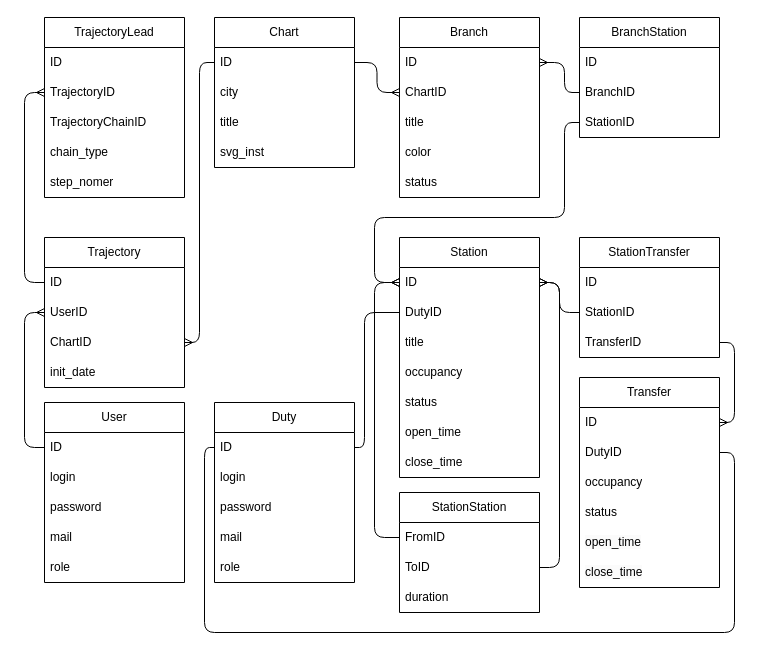
The draw.io diagram charts/Entities.drawio in Mihyich/PPO, before the edit. Source tidied: cells renumbered, new cells numbered last; positions are measured from the earlier drawing's top-left corner, leaving out a move shared by most shapes. Both pictures are drawn from the tidied source at 100%, with x=0, y=0 at pixel (24, 17).
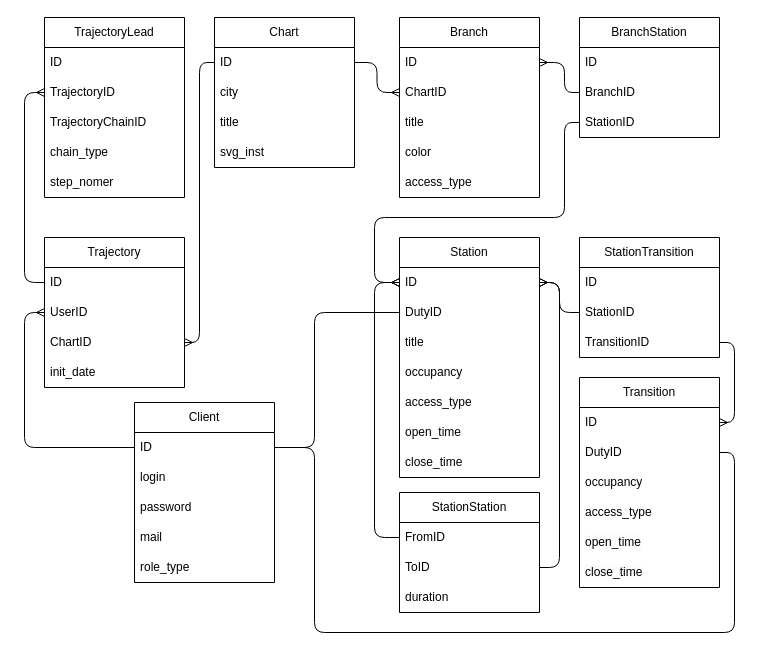
The same page after the edit.

Commit message (it also covers changes not shown here):
Переименование в диаграммах

Unchanged cells that the change refers to:
```xml
<mxCell id="3" value="ID" style="text;strokeColor=none;fillColor=none;align=left;verticalAlign=middle;spacingLeft=4;spacingRight=4;overflow=hidden;points=[[0,0.5],[1,0.5]];portConstraint=eastwest;whiteSpace=wrap;html=1;" parent="2" vertex="1">
  <mxGeometry y="30" width="140" height="30" as="geometry" />
</mxCell>
<mxCell id="19" value="Branch" style="swimlane;fontStyle=0;horizontal=1;startSize=30;whiteSpace=wrap;html=1;" parent="1" vertex="1">
  <mxGeometry x="375" width="140" height="180" as="geometry" />
</mxCell>
<mxCell id="26" value="Station" style="swimlane;fontStyle=0;horizontal=1;startSize=30;whiteSpace=wrap;html=1;" parent="1" vertex="1">
  <mxGeometry x="375" y="220" width="140" height="240" as="geometry" />
</mxCell>
<mxCell id="28" value="DutyID" style="text;strokeColor=none;fillColor=none;align=left;verticalAlign=middle;spacingLeft=4;spacingRight=4;overflow=hidden;points=[[0,0.5],[1,0.5]];portConstraint=eastwest;whiteSpace=wrap;html=1;" parent="26" vertex="1">
  <mxGeometry y="60" width="140" height="30" as="geometry" />
</mxCell>
<mxCell id="36" value="DutyID" style="text;strokeColor=none;fillColor=none;align=left;verticalAlign=middle;spacingLeft=4;spacingRight=4;overflow=hidden;points=[[0,0.5],[1,0.5]];portConstraint=eastwest;whiteSpace=wrap;html=1;" parent="34" vertex="1">
  <mxGeometry y="60" width="140" height="30" as="geometry" />
</mxCell>
```

Diff of the diagram source:
```diff
@@
-    <mxCell id="2" value="User" style="swimlane;fontStyle=0;horizontal=1;startSize=30;whiteSpace=wrap;html=1;" parent="1" vertex="1">
-      <mxGeometry x="20" y="385" width="140" height="180" as="geometry" />
+    <mxCell id="2" value="Client" style="swimlane;fontStyle=0;horizontal=1;startSize=30;whiteSpace=wrap;html=1;" parent="1" vertex="1">
+      <mxGeometry x="110" y="385" width="140" height="180" as="geometry" />
     </mxCell>
@@
-    <mxCell id="7" value="role" style="text;strokeColor=none;fillColor=none;align=left;verticalAlign=middle;spacingLeft=4;spacingRight=4;overflow=hidden;whiteSpace=wrap;html=1;" parent="2" vertex="1">
+    <mxCell id="7" value="role_type" style="text;strokeColor=none;fillColor=none;align=left;verticalAlign=middle;spacingLeft=4;spacingRight=4;overflow=hidden;whiteSpace=wrap;html=1;" parent="2" vertex="1">
       <mxGeometry y="150" width="140" height="30" as="geometry" />
     </mxCell>
@@
-    <mxCell id="24" value="status" style="text;strokeColor=none;fillColor=none;align=left;verticalAlign=middle;spacingLeft=4;spacingRight=4;overflow=hidden;whiteSpace=wrap;html=1;" parent="19" vertex="1">
+    <mxCell id="24" value="access_type" style="text;strokeColor=none;fillColor=none;align=left;verticalAlign=middle;spacingLeft=4;spacingRight=4;overflow=hidden;whiteSpace=wrap;html=1;" parent="19" vertex="1">
       <mxGeometry y="150" width="140" height="30" as="geometry" />
     </mxCell>
@@
-    <mxCell id="31" value="status" style="text;strokeColor=none;fillColor=none;align=left;verticalAlign=middle;spacingLeft=4;spacingRight=4;overflow=hidden;whiteSpace=wrap;html=1;" parent="26" vertex="1">
+    <mxCell id="31" value="&lt;span style=&quot;color: rgb(0, 0, 0);&quot;&gt;access_type&lt;/span&gt;" style="text;strokeColor=none;fillColor=none;align=left;verticalAlign=middle;spacingLeft=4;spacingRight=4;overflow=hidden;whiteSpace=wrap;html=1;" parent="26" vertex="1">
       <mxGeometry y="150" width="140" height="30" as="geometry" />
     </mxCell>
@@
-    <mxCell id="34" value="Transfer" style="swimlane;fontStyle=0;horizontal=1;startSize=30;whiteSpace=wrap;html=1;" parent="1" vertex="1">
+    <mxCell id="34" value="Transition" style="swimlane;fontStyle=0;horizontal=1;startSize=30;whiteSpace=wrap;html=1;" parent="1" vertex="1">
       <mxGeometry x="555" y="360" width="140" height="210" as="geometry" />
     </mxCell>
@@
-    <mxCell id="38" value="status" style="text;strokeColor=none;fillColor=none;align=left;verticalAlign=middle;spacingLeft=4;spacingRight=4;overflow=hidden;whiteSpace=wrap;html=1;" parent="34" vertex="1">
+    <mxCell id="38" value="&lt;span style=&quot;color: rgb(0, 0, 0);&quot;&gt;access_type&lt;/span&gt;" style="text;strokeColor=none;fillColor=none;align=left;verticalAlign=middle;spacingLeft=4;spacingRight=4;overflow=hidden;whiteSpace=wrap;html=1;" parent="34" vertex="1">
       <mxGeometry y="120" width="140" height="30" as="geometry" />
     </mxCell>
@@
-    <mxCell id="47" value="StationTransfer" style="swimlane;fontStyle=0;horizontal=1;startSize=30;whiteSpace=wrap;html=1;" parent="1" vertex="1">
+    <mxCell id="47" value="StationTransition" style="swimlane;fontStyle=0;horizontal=1;startSize=30;whiteSpace=wrap;html=1;" parent="1" vertex="1">
       <mxGeometry x="555" y="220" width="140" height="120" as="geometry" />
     </mxCell>
@@
-    <mxCell id="50" value="TransferID" style="text;strokeColor=none;fillColor=none;align=left;verticalAlign=middle;spacingLeft=4;spacingRight=4;overflow=hidden;points=[[0,0.5],[1,0.5]];portConstraint=eastwest;whiteSpace=wrap;html=1;" parent="47" vertex="1">
+    <mxCell id="50" value="TransitionID" style="text;strokeColor=none;fillColor=none;align=left;verticalAlign=middle;spacingLeft=4;spacingRight=4;overflow=hidden;points=[[0,0.5],[1,0.5]];portConstraint=eastwest;whiteSpace=wrap;html=1;" parent="47" vertex="1">
       <mxGeometry y="90" width="140" height="30" as="geometry" />
     </mxCell>
@@
-    <mxCell id="67" value="Duty" style="swimlane;fontStyle=0;horizontal=1;startSize=30;whiteSpace=wrap;html=1;" parent="1" vertex="1">
-      <mxGeometry x="190" y="385" width="140" height="180" as="geometry" />
-    </mxCell>
-    <mxCell id="68" value="ID" style="text;strokeColor=none;fillColor=none;align=left;verticalAlign=middle;spacingLeft=4;spacingRight=4;overflow=hidden;points=[[0,0.5],[1,0.5]];portConstraint=eastwest;whiteSpace=wrap;html=1;" parent="67" vertex="1">
-      <mxGeometry y="30" width="140" height="30" as="geometry" />
-    </mxCell>
-    <mxCell id="69" value="login" style="text;strokeColor=none;fillColor=none;align=left;verticalAlign=middle;spacingLeft=4;spacingRight=4;overflow=hidden;whiteSpace=wrap;html=1;" parent="67" vertex="1">
-      <mxGeometry y="60" width="140" height="30" as="geometry" />
-    </mxCell>
-    <mxCell id="70" value="password" style="text;strokeColor=none;fillColor=none;align=left;verticalAlign=middle;spacingLeft=4;spacingRight=4;overflow=hidden;whiteSpace=wrap;html=1;" parent="67" vertex="1">
-      <mxGeometry y="90" width="140" height="30" as="geometry" />
-    </mxCell>
-    <mxCell id="71" value="mail" style="text;strokeColor=none;fillColor=none;align=left;verticalAlign=middle;spacingLeft=4;spacingRight=4;overflow=hidden;whiteSpace=wrap;html=1;" parent="67" vertex="1">
-      <mxGeometry y="120" width="140" height="30" as="geometry" />
-    </mxCell>
-    <mxCell id="72" value="role" style="text;strokeColor=none;fillColor=none;align=left;verticalAlign=middle;spacingLeft=4;spacingRight=4;overflow=hidden;whiteSpace=wrap;html=1;" parent="67" vertex="1">
-      <mxGeometry y="150" width="140" height="30" as="geometry" />
-    </mxCell>
-    <mxCell id="73" style="edgeStyle=orthogonalEdgeStyle;html=1;exitX=0;exitY=0.5;exitDx=0;exitDy=0;entryX=1;entryY=0.5;entryDx=0;entryDy=0;endArrow=none;endFill=0;" parent="1" edge="1" source="28" target="68">
+    <mxCell id="73" style="edgeStyle=orthogonalEdgeStyle;html=1;exitX=0;exitY=0.5;exitDx=0;exitDy=0;entryX=1;entryY=0.5;entryDx=0;entryDy=0;endArrow=none;endFill=0;" parent="1" edge="1" source="28" target="3">
       <mxGeometry relative="1" as="geometry">
         <Array as="points">
-          <mxPoint x="340" y="295" />
-          <mxPoint x="340" y="430" />
+          <mxPoint x="290" y="295" />
+          <mxPoint x="290" y="430" />
         </Array>
       </mxGeometry>
     </mxCell>
-    <mxCell id="74" style="edgeStyle=orthogonalEdgeStyle;html=1;exitX=1;exitY=0.5;exitDx=0;exitDy=0;entryX=0;entryY=0.5;entryDx=0;entryDy=0;endArrow=none;endFill=0;" parent="1" edge="1" source="36" target="68">
+    <mxCell id="74" style="edgeStyle=orthogonalEdgeStyle;html=1;exitX=1;exitY=0.5;exitDx=0;exitDy=0;entryX=1;entryY=0.5;entryDx=0;entryDy=0;endArrow=none;endFill=0;" parent="1" edge="1" source="36" target="3">
       <mxGeometry relative="1" as="geometry">
         <Array as="points">
           <mxPoint x="710" y="435" />
           <mxPoint x="710" y="615" />
-          <mxPoint x="180" y="615" />
-          <mxPoint x="180" y="430" />
+          <mxPoint x="290" y="615" />
+          <mxPoint x="290" y="430" />
         </Array>
       </mxGeometry>
     </mxCell>
```
